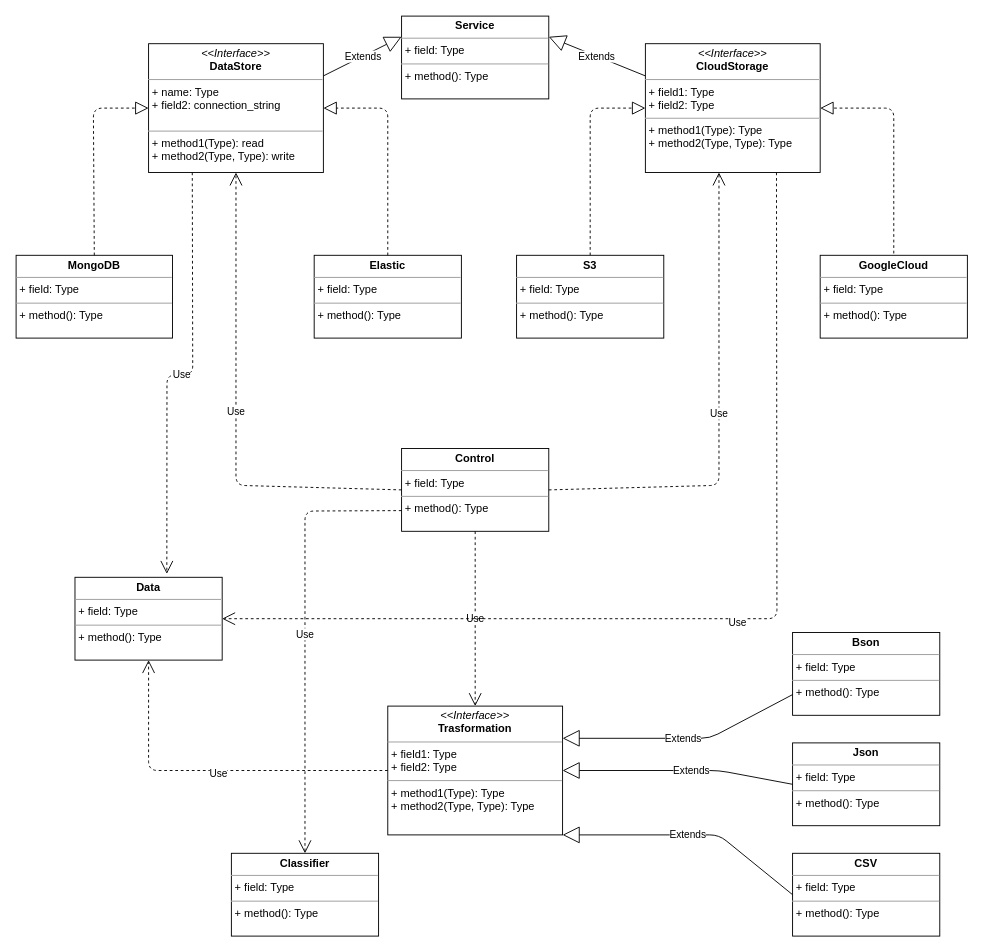
Earlier version of the draw.io diagram docs/architecture/object oriented.drawio (moshebeeri/datap). Source tidied: cells renumbered, new cells numbered last; positions are measured from the earlier drawing's top-left corner, leaving out a move shared by most shapes. Both pictures are drawn from the tidied source at 92%, with x=0, y=0 at pixel (16, 16).
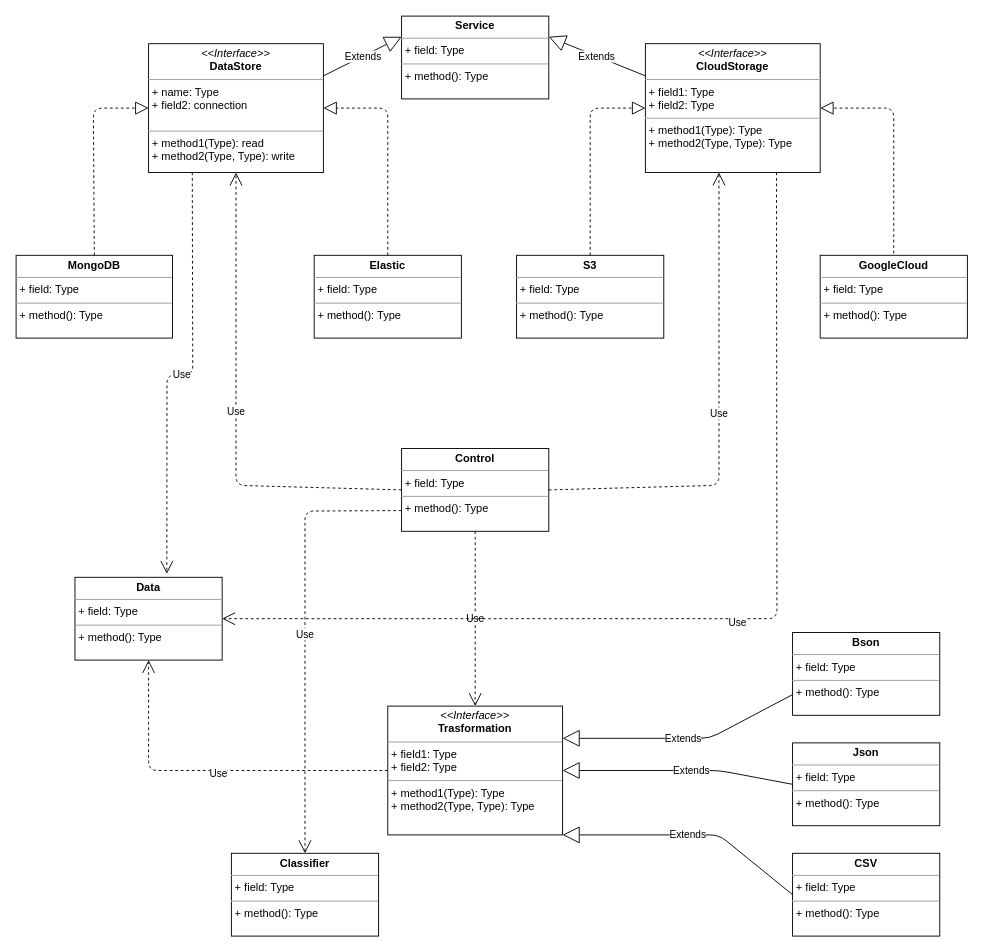
Above is the later version.

Diff of the diagram source:
```diff
@@
-    <mxCell id="9" value="&lt;p style=&quot;margin: 0px ; margin-top: 4px ; text-align: center&quot;&gt;&lt;i&gt;&amp;lt;&amp;lt;Interface&amp;gt;&amp;gt;&lt;/i&gt;&lt;br&gt;&lt;b&gt;DataStore&lt;/b&gt;&lt;/p&gt;&lt;hr size=&quot;1&quot;&gt;&lt;p style=&quot;margin: 0px ; margin-left: 4px&quot;&gt;+ name: Type&lt;br&gt;+ field2: connection_string&lt;/p&gt;&lt;p style=&quot;margin: 0px ; margin-left: 4px&quot;&gt;&lt;br&gt;&lt;/p&gt;&lt;hr size=&quot;1&quot;&gt;&lt;p style=&quot;margin: 0px ; margin-left: 4px&quot;&gt;+ method1(Type): read&lt;br&gt;+ method2(Type, Type): write&lt;/p&gt;" style="verticalAlign=top;align=left;overflow=fill;fontSize=12;fontFamily=Helvetica;html=1;" parent="1" vertex="1">
+    <mxCell id="9" value="&lt;p style=&quot;margin: 0px ; margin-top: 4px ; text-align: center&quot;&gt;&lt;i&gt;&amp;lt;&amp;lt;Interface&amp;gt;&amp;gt;&lt;/i&gt;&lt;br&gt;&lt;b&gt;DataStore&lt;/b&gt;&lt;/p&gt;&lt;hr size=&quot;1&quot;&gt;&lt;p style=&quot;margin: 0px ; margin-left: 4px&quot;&gt;+ name: Type&lt;br&gt;+ field2: connection&lt;/p&gt;&lt;p style=&quot;margin: 0px ; margin-left: 4px&quot;&gt;&lt;br&gt;&lt;/p&gt;&lt;hr size=&quot;1&quot;&gt;&lt;p style=&quot;margin: 0px ; margin-left: 4px&quot;&gt;+ method1(Type): read&lt;br&gt;+ method2(Type, Type): write&lt;/p&gt;" style="verticalAlign=top;align=left;overflow=fill;fontSize=12;fontFamily=Helvetica;html=1;" parent="1" vertex="1">
       <mxGeometry x="144" y="30" width="190" height="140" as="geometry" />
     </mxCell>
```
